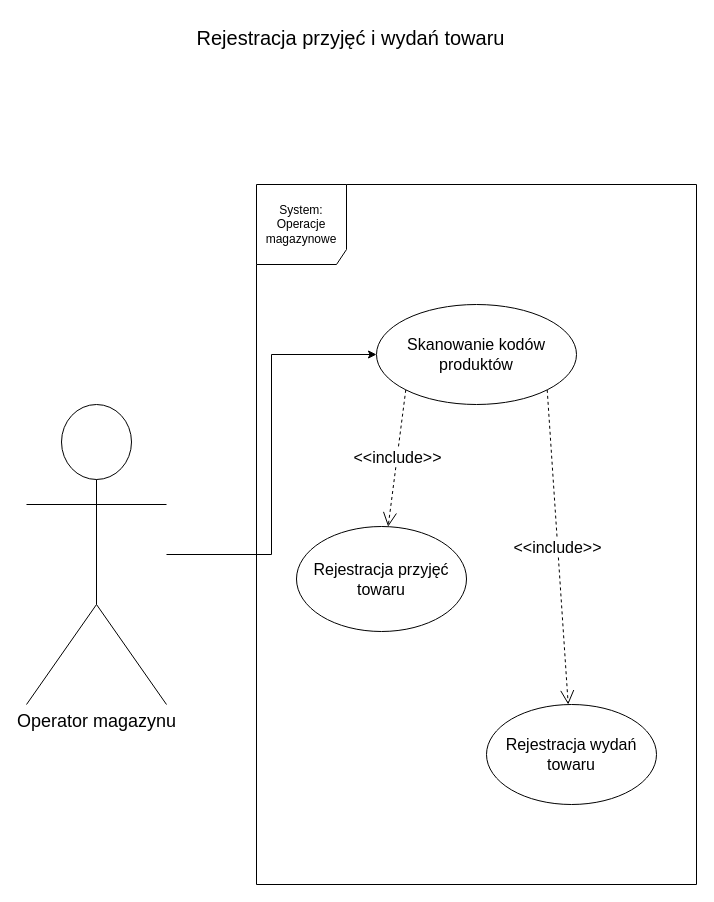
Earlier version of the draw.io diagram diagramy/PrzypadkiUzycia/Diagram4.drawio (kacperMa25/In-ynieriaOprogramowania). Source tidied: cells renumbered, new cells numbered last; positions are measured from the earlier drawing's top-left corner, leaving out a move shared by most shapes. Both pictures are drawn from the tidied source at 100%, with x=0, y=0 at pixel (26, 17).
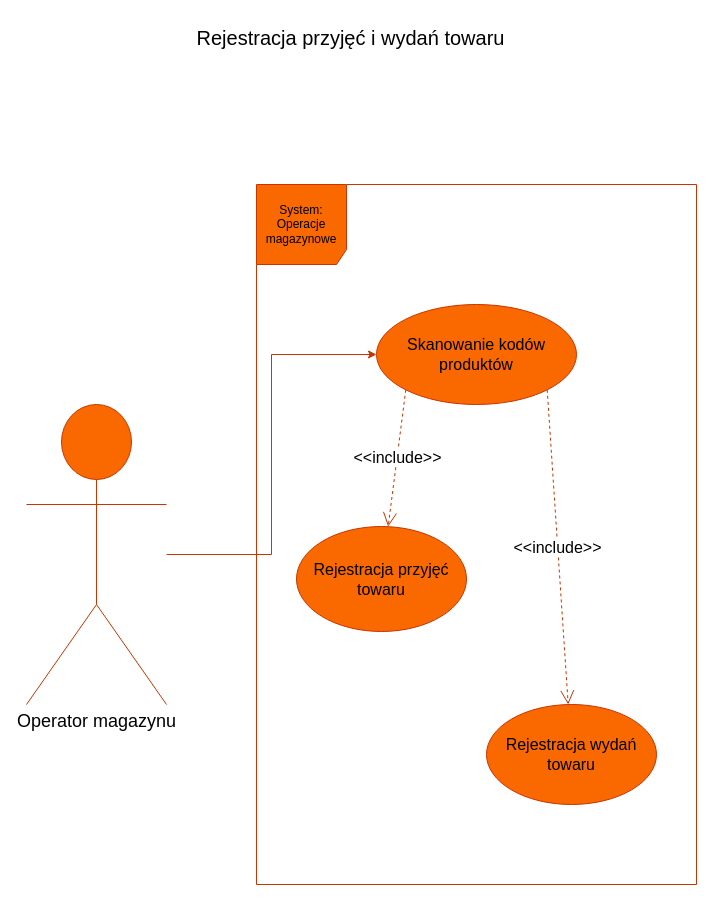
After the change.

The edit, as a diff of the source:
```diff
@@
 <mxGraphModel>
   <root>
     <mxCell id="0" />
     <mxCell id="1" parent="0" />
-    <mxCell id="2" style="edgeStyle=orthogonalEdgeStyle;rounded=0;jettySize=auto;html=1;" parent="1" edge="1" source="3" target="8">
+    <mxCell id="2" style="edgeStyle=orthogonalEdgeStyle;rounded=0;jettySize=auto;html=1;fillColor=#fa6800;strokeColor=#C73500;" parent="1" edge="1" source="3" target="8">
       <mxGeometry relative="1" as="geometry" />
     </mxCell>
-    <mxCell id="3" value="&lt;font style=&quot;font-size: 18px;&quot;&gt;Operator magazynu&lt;/font&gt;" style="shape=umlActor;verticalLabelPosition=bottom;verticalAlign=top;html=1;" parent="1" vertex="1">
+    <mxCell id="3" value="&lt;font style=&quot;font-size: 18px;&quot;&gt;Operator magazynu&lt;/font&gt;" style="shape=umlActor;verticalLabelPosition=bottom;verticalAlign=top;html=1;fillColor=#fa6800;fontColor=#000000;strokeColor=#C73500;" parent="1" vertex="1">
       <mxGeometry y="387" width="140" height="300" as="geometry" />
     </mxCell>
-    <mxCell id="4" value="System:&lt;br&gt;Operacje magazynowe" style="shape=umlFrame;whiteSpace=wrap;html=1;width=90;height=80;" parent="1" vertex="1">
+    <mxCell id="4" value="System:&lt;br&gt;Operacje magazynowe" style="shape=umlFrame;whiteSpace=wrap;html=1;width=90;height=80;fillColor=#fa6800;fontColor=#000000;strokeColor=#C73500;" parent="1" vertex="1">
       <mxGeometry x="230" y="167" width="440" height="700" as="geometry" />
     </mxCell>
-    <mxCell id="5" value="&lt;font style=&quot;font-size: 20px;&quot;&gt;Rejestracja przyjęć i wydań towaru&lt;/font&gt;" style="text;html=1;align=center;verticalAlign=middle;strokeColor=none;fillColor=none;" parent="1" vertex="1">
+    <mxCell id="5" value="&lt;font style=&quot;font-size: 20px; color: rgb(0, 0, 0);&quot;&gt;Rejestracja przyjęć i wydań towaru&lt;/font&gt;" style="text;html=1;align=center;verticalAlign=middle;strokeColor=none;fillColor=none;" parent="1" vertex="1">
       <mxGeometry x="159" width="330" height="40" as="geometry" />
     </mxCell>
-    <mxCell id="6" value="&lt;font style=&quot;font-size: 16px;&quot;&gt;Rejestracja wydań towaru&lt;/font&gt;" style="ellipse;whiteSpace=wrap;html=1;" parent="1" vertex="1">
+    <mxCell id="6" value="&lt;font style=&quot;font-size: 16px;&quot;&gt;Rejestracja wydań towaru&lt;/font&gt;" style="ellipse;whiteSpace=wrap;html=1;fillColor=#fa6800;fontColor=#000000;strokeColor=#C73500;" parent="1" vertex="1">
       <mxGeometry x="460" y="687" width="170" height="100" as="geometry" />
     </mxCell>
-    <mxCell id="7" value="&lt;font style=&quot;font-size: 16px;&quot;&gt;Rejestracja przyjęć towaru&lt;/font&gt;" style="ellipse;whiteSpace=wrap;html=1;" parent="1" vertex="1">
+    <mxCell id="7" value="&lt;font style=&quot;font-size: 16px;&quot;&gt;Rejestracja przyjęć towaru&lt;/font&gt;" style="ellipse;whiteSpace=wrap;html=1;fillColor=#fa6800;fontColor=#000000;strokeColor=#C73500;" parent="1" vertex="1">
       <mxGeometry x="270" y="509" width="170" height="105" as="geometry" />
     </mxCell>
-    <mxCell id="8" value="&lt;font style=&quot;font-size: 16px;&quot;&gt;Skanowanie kodów produktów&lt;/font&gt;" style="ellipse;whiteSpace=wrap;html=1;" parent="1" vertex="1">
+    <mxCell id="8" value="&lt;font style=&quot;font-size: 16px;&quot;&gt;Skanowanie kodów produktów&lt;/font&gt;" style="ellipse;whiteSpace=wrap;html=1;fillColor=#fa6800;fontColor=#000000;strokeColor=#C73500;" parent="1" vertex="1">
       <mxGeometry x="350" y="287" width="200" height="100" as="geometry" />
     </mxCell>
-    <mxCell id="9" value="&lt;font style=&quot;font-size: 16px;&quot;&gt;&amp;lt;&amp;lt;include&amp;gt;&amp;gt;&lt;/font&gt;" style="endArrow=open;endSize=12;dashed=1;html=1;rounded=0;exitX=0;exitY=1;exitDx=0;exitDy=0;" parent="1" edge="1" source="8" target="7">
+    <mxCell id="9" value="&lt;font style=&quot;font-size: 16px;&quot;&gt;&amp;lt;&amp;lt;include&amp;gt;&amp;gt;&lt;/font&gt;" style="endArrow=open;endSize=12;dashed=1;html=1;rounded=0;exitX=0;exitY=1;exitDx=0;exitDy=0;fillColor=#fa6800;strokeColor=#C73500;" parent="1" edge="1" source="8" target="7">
       <mxGeometry x="-0.01" relative="1" as="geometry" />
     </mxCell>
-    <mxCell id="10" value="&lt;font style=&quot;font-size: 16px;&quot;&gt;&amp;lt;&amp;lt;include&amp;gt;&amp;gt;&lt;/font&gt;" style="endArrow=open;endSize=12;dashed=1;html=1;rounded=0;exitX=1;exitY=1;exitDx=0;exitDy=0;" parent="1" edge="1" source="8" target="6">
+    <mxCell id="10" value="&lt;font style=&quot;font-size: 16px;&quot;&gt;&amp;lt;&amp;lt;include&amp;gt;&amp;gt;&lt;/font&gt;" style="endArrow=open;endSize=12;dashed=1;html=1;rounded=0;exitX=1;exitY=1;exitDx=0;exitDy=0;fillColor=#fa6800;strokeColor=#C73500;" parent="1" edge="1" source="8" target="6">
       <mxGeometry relative="1" as="geometry" />
     </mxCell>
   </root>
 </mxGraphModel>
```
